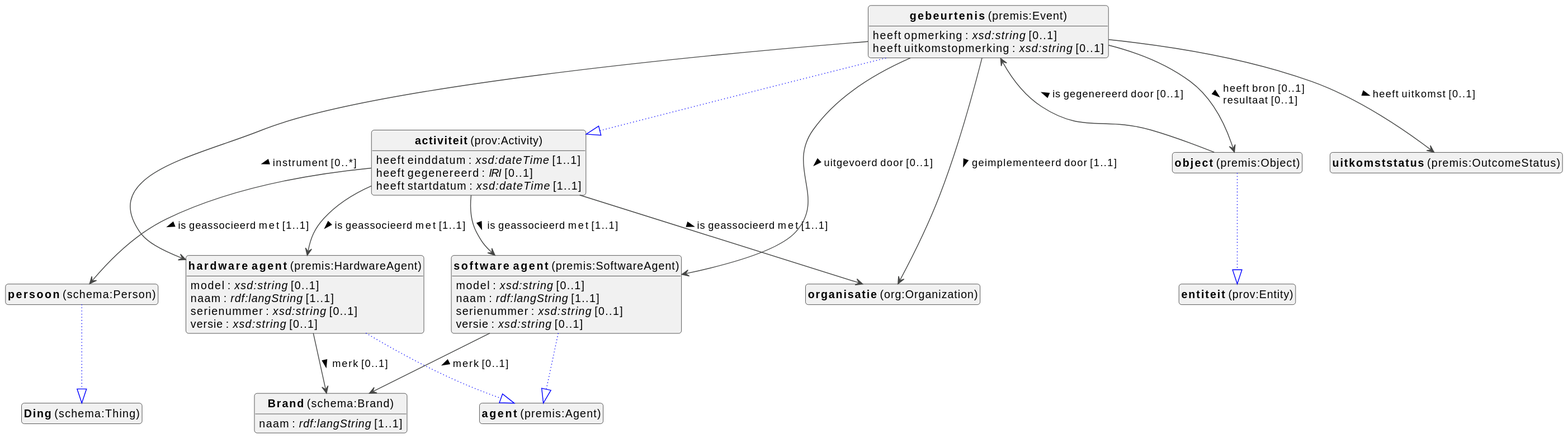
Above: docs/metadata/knowledge-graph/0.0.1/events/nl/events-diagram.svg in viaacode/documentation-jekyll (PlantUML), before the change.
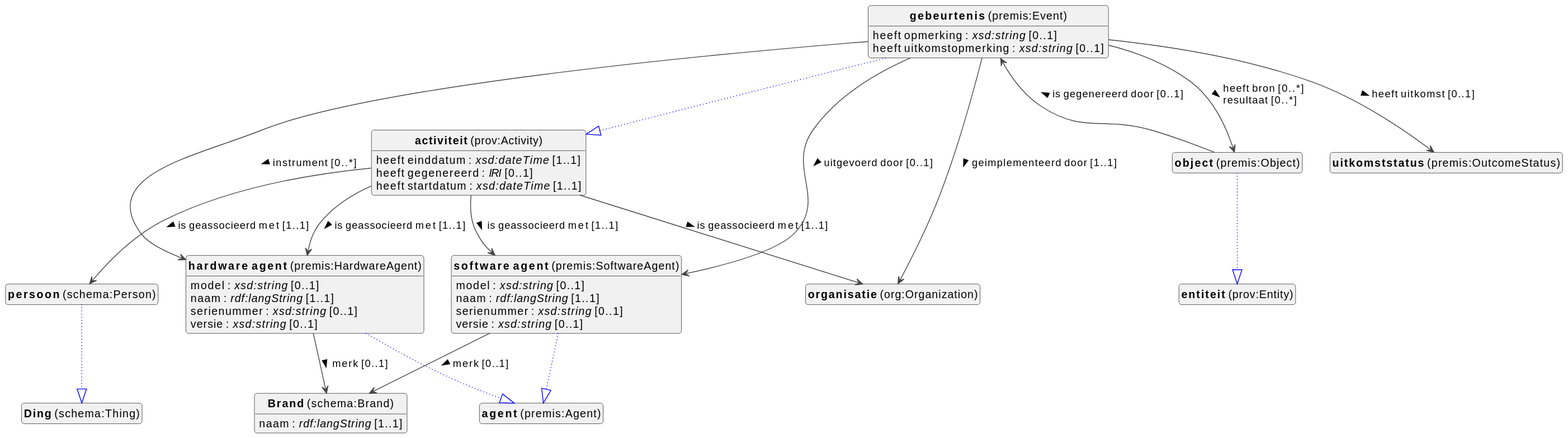
The same diagram one commit later.

Change to the diagram source:
```diff
@@ -46,7 +46,7 @@
 premis_Event : heeft uitkomstopmerking : <i>xsd:string</i> [0..1]
 premis_Event --> org_Organization :geimplementeerd door [1..1]  >
 premis_Event --> premis_HardwareAgent :instrument [0..*]  >
-premis_Event --> premis_Object :heeft bron [0..1]  \lresultaat [0..1]  >
+premis_Event --> premis_Object :heeft bron [0..*]  \lresultaat [0..*]  >
 premis_Event --> premis_OutcomeStatus :heeft uitkomst [0..1]  >
 premis_Event --> premis_SoftwareAgent :uitgevoerd door [0..1]  >
 
```
